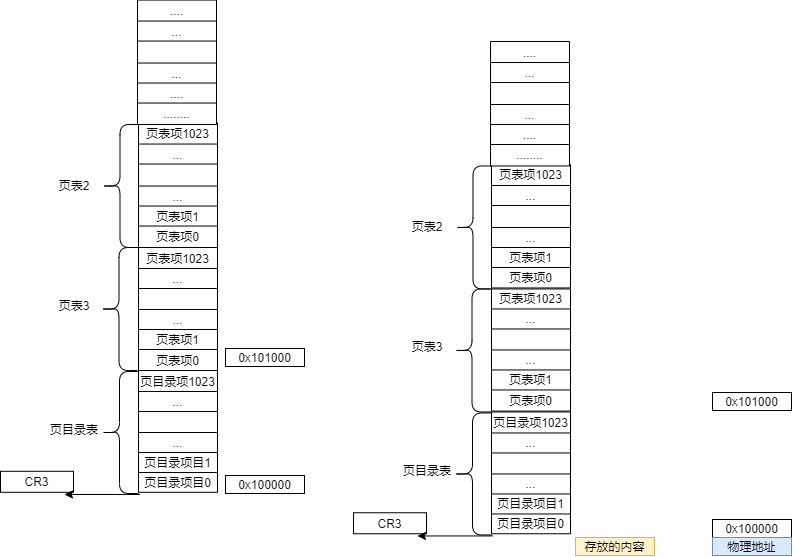
Above: OS/OS分页机制.drawio.png in SixPlusAndTimes/drawio (draw.io), before the change. Source tidied: cells renumbered, new cells last; positions are measured from the earlier drawing's top-left corner, leaving out a move shared by most shapes.
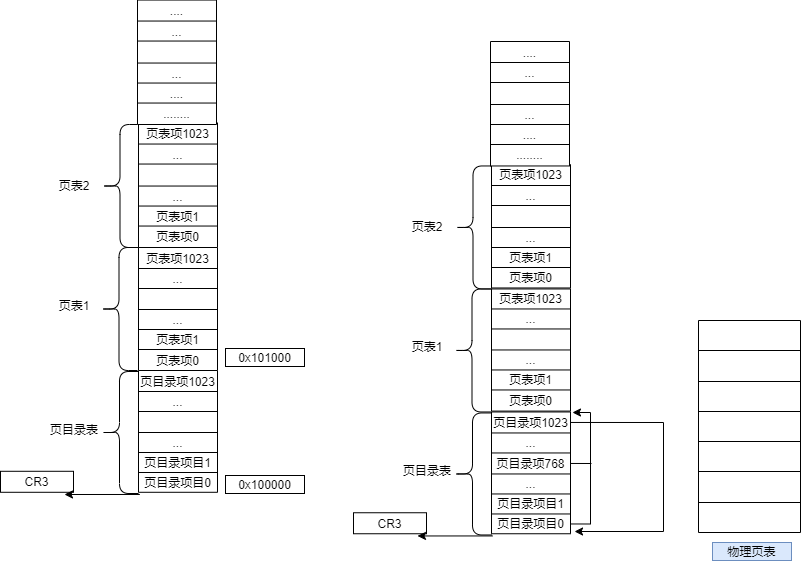
The same diagram one commit later.

Change to the diagram source:
```diff
@@ -83,7 +83,7 @@
     <mxCell id="28" style="shape=curlyBracket;whiteSpace=wrap;html=1;rounded=1;" parent="1" vertex="1">
       <mxGeometry x="100" y="371" width="38" height="122" as="geometry" />
     </mxCell>
-    <mxCell id="29" value="页表3" style="text;html=1;strokeColor=none;fillColor=none;align=center;verticalAlign=middle;whiteSpace=wrap;rounded=0;" parent="1" vertex="1">
+    <mxCell id="29" value="页表1" style="text;html=1;strokeColor=none;fillColor=none;align=center;verticalAlign=middle;whiteSpace=wrap;rounded=0;" parent="1" vertex="1">
       <mxGeometry x="44" y="290" width="60" height="30" as="geometry" />
     </mxCell>
     <mxCell id="30" value="页目录表" style="text;html=1;strokeColor=none;fillColor=none;align=center;verticalAlign=middle;whiteSpace=wrap;rounded=0;" parent="1" vertex="1">
@@ -208,7 +208,7 @@
     <mxCell id="69" style="shape=tableRow;horizontal=0;startSize=0;swimlaneHead=0;swimlaneBody=0;top=0;left=0;bottom=0;right=0;fillColor=none;points=[[0,0.5],[1,0.5]];portConstraint=eastwest;" parent="64" vertex="1">
       <mxGeometry y="41" width="79" height="21" as="geometry" />
     </mxCell>
-    <mxCell id="70" style="shape=partialRectangle;html=1;whiteSpace=wrap;overflow=hidden;fillColor=none;top=0;left=0;bottom=0;right=0;" parent="69" vertex="1">
+    <mxCell id="70" value="页目录项768" style="shape=partialRectangle;html=1;whiteSpace=wrap;overflow=hidden;fillColor=none;top=0;left=0;bottom=0;right=0;" parent="69" vertex="1">
       <mxGeometry width="79" height="21" as="geometry" />
     </mxCell>
     <mxCell id="71" style="shape=tableRow;horizontal=0;startSize=0;swimlaneHead=0;swimlaneBody=0;top=0;left=0;bottom=0;right=0;fillColor=none;" parent="64" vertex="1">
@@ -229,6 +229,14 @@
     <mxCell id="76" value="页目录项目0" style="shape=partialRectangle;html=1;whiteSpace=wrap;overflow=hidden;fillColor=none;top=0;left=0;bottom=0;right=0;" parent="75" vertex="1">
       <mxGeometry width="79" height="20" as="geometry" />
     </mxCell>
+    <mxCell id="128" style="edgeStyle=orthogonalEdgeStyle;rounded=0;jettySize=auto;html=1;exitX=1;exitY=0.5;exitDx=0;exitDy=0;entryX=1.051;entryY=0.877;entryDx=0;entryDy=0;entryPerimeter=0;" parent="64" edge="1" source="65" target="75">
+      <mxGeometry relative="1" as="geometry">
+        <Array as="points">
+          <mxPoint x="172" y="11" />
+          <mxPoint x="172" y="120" />
+        </Array>
+      </mxGeometry>
+    </mxCell>
     <mxCell id="77" style="shape=table;startSize=0;" parent="1" vertex="1">
       <mxGeometry x="491" y="288.5" width="79" height="122.1" as="geometry" />
     </mxCell>
@@ -271,7 +279,7 @@
     <mxCell id="90" style="shape=curlyBracket;whiteSpace=wrap;html=1;rounded=1;" parent="1" vertex="1">
       <mxGeometry x="453" y="412.5" width="38" height="122" as="geometry" />
     </mxCell>
-    <mxCell id="91" value="页表3" style="text;html=1;strokeColor=none;fillColor=none;align=center;verticalAlign=middle;whiteSpace=wrap;rounded=0;" parent="1" vertex="1">
+    <mxCell id="91" value="页表1" style="text;html=1;strokeColor=none;fillColor=none;align=center;verticalAlign=middle;whiteSpace=wrap;rounded=0;" parent="1" vertex="1">
       <mxGeometry x="397" y="331.5" width="60" height="30" as="geometry" />
     </mxCell>
     <mxCell id="92" value="页目录表" style="text;html=1;strokeColor=none;fillColor=none;align=center;verticalAlign=middle;whiteSpace=wrap;rounded=0;" parent="1" vertex="1">
@@ -372,17 +380,61 @@
         <mxPoint x="417" y="535.5" as="targetPoint" />
       </mxGeometry>
     </mxCell>
-    <mxCell id="124" value="0x100000" style="rounded=0;whiteSpace=wrap;html=1;" parent="1" vertex="1">
-      <mxGeometry x="712" y="519" width="79" height="18" as="geometry" />
-    </mxCell>
-    <mxCell id="125" value="0x101000" style="rounded=0;whiteSpace=wrap;html=1;" parent="1" vertex="1">
-      <mxGeometry x="712" y="392" width="79" height="18" as="geometry" />
-    </mxCell>
-    <mxCell id="126" value="物理地址" style="rounded=0;whiteSpace=wrap;html=1;fillColor=#dae8fc;strokeColor=#6c8ebf;" parent="1" vertex="1">
-      <mxGeometry x="712" y="537" width="79" height="18" as="geometry" />
+    <mxCell id="126" value="物理页表" style="rounded=0;whiteSpace=wrap;html=1;fillColor=#dae8fc;strokeColor=#6c8ebf;" parent="1" vertex="1">
+      <mxGeometry x="712" y="542" width="79" height="18" as="geometry" />
     </mxCell>
-    <mxCell id="127" value="存放的内容" style="rounded=0;whiteSpace=wrap;html=1;fillColor=#fff2cc;strokeColor=#d6b656;" parent="1" vertex="1">
-      <mxGeometry x="575" y="537" width="79" height="18" as="geometry" />
-    </mxCell>
+    <mxCell id="129" style="shape=table;startSize=0;" parent="1" vertex="1">
+      <mxGeometry x="698" y="320" width="102" height="212" as="geometry" />
+    </mxCell>
+    <mxCell id="130" style="shape=tableRow;horizontal=0;startSize=0;swimlaneHead=0;swimlaneBody=0;top=0;left=0;bottom=0;right=0;fillColor=none;" parent="129" vertex="1">
+      <mxGeometry width="102" height="30" as="geometry" />
+    </mxCell>
+    <mxCell id="131" style="shape=partialRectangle;html=1;whiteSpace=wrap;overflow=hidden;fillColor=none;top=0;left=0;bottom=0;right=0;" parent="130" vertex="1">
+      <mxGeometry width="102" height="30" as="geometry" />
+    </mxCell>
+    <mxCell id="132" style="shape=tableRow;horizontal=0;startSize=0;swimlaneHead=0;swimlaneBody=0;top=0;left=0;bottom=0;right=0;fillColor=none;" parent="129" vertex="1">
+      <mxGeometry y="30" width="102" height="31" as="geometry" />
+    </mxCell>
+    <mxCell id="133" style="shape=partialRectangle;html=1;whiteSpace=wrap;overflow=hidden;fillColor=none;top=0;left=0;bottom=0;right=0;" parent="132" vertex="1">
+      <mxGeometry width="102" height="31" as="geometry" />
+    </mxCell>
+    <mxCell id="134" style="shape=tableRow;horizontal=0;startSize=0;swimlaneHead=0;swimlaneBody=0;top=0;left=0;bottom=0;right=0;fillColor=none;" parent="129" vertex="1">
+      <mxGeometry y="61" width="102" height="30" as="geometry" />
+    </mxCell>
+    <mxCell id="135" style="shape=partialRectangle;html=1;whiteSpace=wrap;overflow=hidden;fillColor=none;top=0;left=0;bottom=0;right=0;" parent="134" vertex="1">
+      <mxGeometry width="102" height="30" as="geometry" />
+    </mxCell>
+    <mxCell id="136" style="shape=tableRow;horizontal=0;startSize=0;swimlaneHead=0;swimlaneBody=0;top=0;left=0;bottom=0;right=0;fillColor=none;" parent="129" vertex="1">
+      <mxGeometry y="91" width="102" height="30" as="geometry" />
+    </mxCell>
+    <mxCell id="137" style="shape=partialRectangle;html=1;whiteSpace=wrap;overflow=hidden;fillColor=none;top=0;left=0;bottom=0;right=0;" parent="136" vertex="1">
+      <mxGeometry width="102" height="30" as="geometry" />
+    </mxCell>
+    <mxCell id="138" style="shape=tableRow;horizontal=0;startSize=0;swimlaneHead=0;swimlaneBody=0;top=0;left=0;bottom=0;right=0;fillColor=none;" parent="129" vertex="1">
+      <mxGeometry y="121" width="102" height="30" as="geometry" />
+    </mxCell>
+    <mxCell id="139" style="shape=partialRectangle;html=1;whiteSpace=wrap;overflow=hidden;fillColor=none;top=0;left=0;bottom=0;right=0;" parent="138" vertex="1">
+      <mxGeometry width="102" height="30" as="geometry" />
+    </mxCell>
+    <mxCell id="140" style="shape=tableRow;horizontal=0;startSize=0;swimlaneHead=0;swimlaneBody=0;top=0;left=0;bottom=0;right=0;fillColor=none;" parent="129" vertex="1">
+      <mxGeometry y="151" width="102" height="31" as="geometry" />
+    </mxCell>
+    <mxCell id="141" style="shape=partialRectangle;html=1;whiteSpace=wrap;overflow=hidden;fillColor=none;top=0;left=0;bottom=0;right=0;" parent="140" vertex="1">
+      <mxGeometry width="102" height="31" as="geometry" />
+    </mxCell>
+    <mxCell id="142" style="shape=tableRow;horizontal=0;startSize=0;swimlaneHead=0;swimlaneBody=0;top=0;left=0;bottom=0;right=0;fillColor=none;" parent="129" vertex="1">
+      <mxGeometry y="182" width="102" height="30" as="geometry" />
+    </mxCell>
+    <mxCell id="143" style="shape=partialRectangle;html=1;whiteSpace=wrap;overflow=hidden;fillColor=none;top=0;left=0;bottom=0;right=0;" parent="142" vertex="1">
+      <mxGeometry width="102" height="30" as="geometry" />
+    </mxCell>
+    <mxCell id="144" style="edgeStyle=orthogonalEdgeStyle;rounded=0;jettySize=auto;html=1;exitX=1;exitY=0.5;exitDx=0;exitDy=0;entryX=1.025;entryY=1.073;entryDx=0;entryDy=0;entryPerimeter=0;" parent="1" edge="1" source="75" target="88">
+      <mxGeometry relative="1" as="geometry" />
+    </mxCell>
+    <mxCell id="145" style="endArrow=none;html=1;rounded=0;exitX=1;exitY=0.5;exitDx=0;exitDy=0;" parent="1" edge="1" source="69">
+      <mxGeometry relative="1" as="geometry">
+        <mxPoint x="591" y="463" as="targetPoint" />
+      </mxGeometry>
+    </mxCell>
   </root>
 </mxGraphModel>
```
